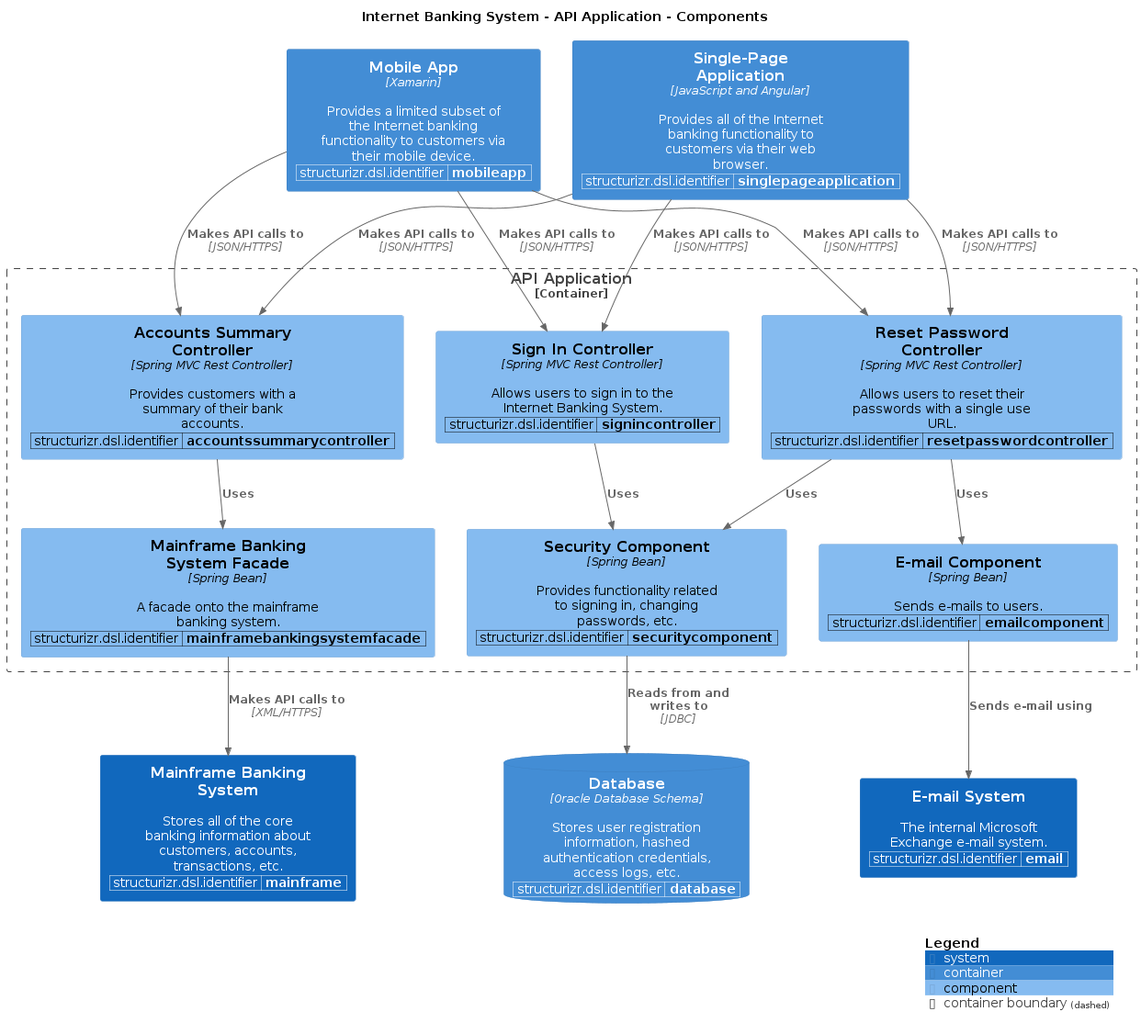
Before: main/png/Components.png, a diagram exported from PlantUML (avisi-cloud/structurizr-site-generatr).
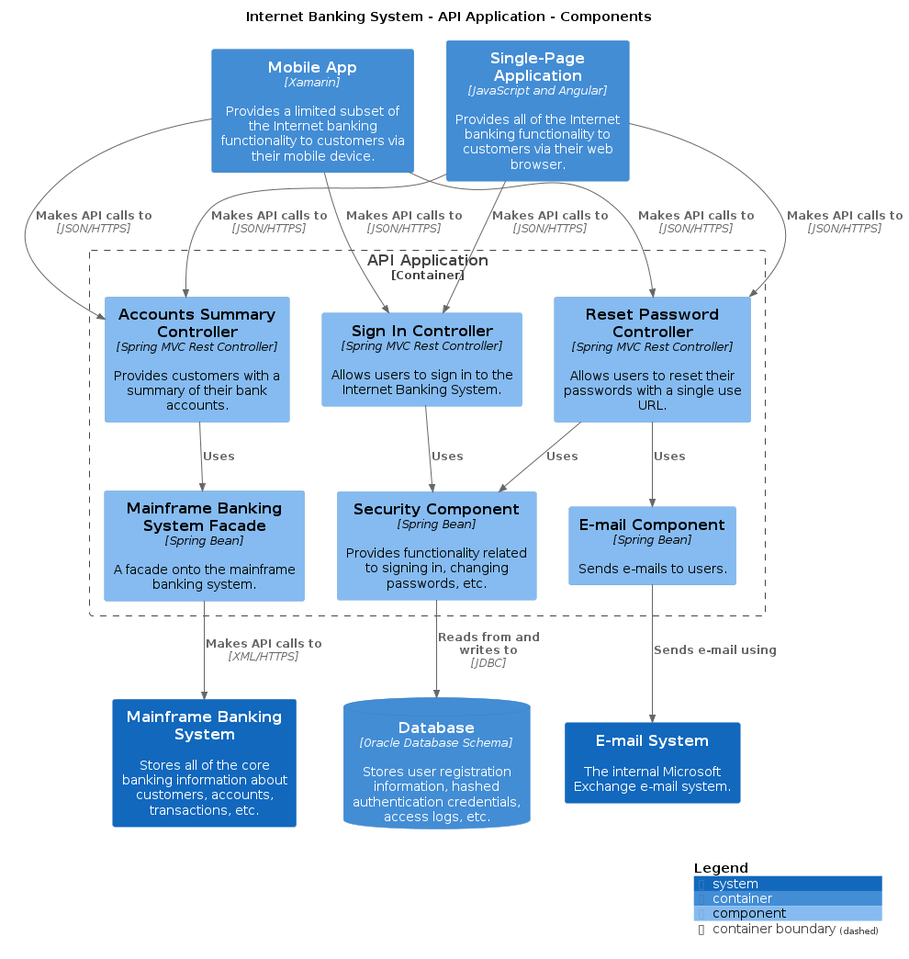
Above is the later version.

What changed in the source:
```diff
@@ -9,40 +9,18 @@
 !include /home/runner/work/structurizr-site-generatr/structurizr-site-generatr/build/puml-cache/C4_Container.puml
 !include /home/runner/work/structurizr-site-generatr/structurizr-site-generatr/build/puml-cache/C4_Component.puml
 
-WithoutPropertyHeader()
-AddProperty("structurizr.dsl.identifier","mainframe")
 System(MainframeBankingSystem, "Mainframe Banking System", "Stores all of the core banking information about customers, accounts, transactions, etc.", $tags="")
-WithoutPropertyHeader()
-AddProperty("structurizr.dsl.identifier","email")
 System(EmailSystem, "E-mail System", "The internal Microsoft Exchange e-mail system.", $tags="")
-WithoutPropertyHeader()
-AddProperty("structurizr.dsl.identifier","database")
 ContainerDb(InternetBankingSystem.Database, "Database", "Oracle Database Schema", "Stores user registration information, hashed authentication credentials, access logs, etc.", $tags="")
-WithoutPropertyHeader()
-AddProperty("structurizr.dsl.identifier","singlepageapplication")
 Container(InternetBankingSystem.SinglePageApplication, "Single-Page Application", "JavaScript and Angular", "Provides all of the Internet banking functionality to customers via their web browser.", $tags="")
-WithoutPropertyHeader()
-AddProperty("structurizr.dsl.identifier","mobileapp")
 Container(InternetBankingSystem.MobileApp, "Mobile App", "Xamarin", "Provides a limited subset of the Internet banking functionality to customers via their mobile device.", $tags="")
 
 Container_Boundary("InternetBankingSystem.APIApplication_boundary", "API Application", $tags="") {
-  WithoutPropertyHeader()
-  AddProperty("structurizr.dsl.identifier","signincontroller")
   Component(InternetBankingSystem.APIApplication.SignInController, "Sign In Controller", "Spring MVC Rest Controller", "Allows users to sign in to the Internet Banking System.", $tags="")
-  WithoutPropertyHeader()
-  AddProperty("structurizr.dsl.identifier","accountssummarycontroller")
   Component(InternetBankingSystem.APIApplication.AccountsSummaryController, "Accounts Summary Controller", "Spring MVC Rest Controller", "Provides customers with a summary of their bank accounts.", $tags="")
-  WithoutPropertyHeader()
-  AddProperty("structurizr.dsl.identifier","resetpasswordcontroller")
   Component(InternetBankingSystem.APIApplication.ResetPasswordController, "Reset Password Controller", "Spring MVC Rest Controller", "Allows users to reset their passwords with a single use URL.", $tags="")
-  WithoutPropertyHeader()
-  AddProperty("structurizr.dsl.identifier","securitycomponent")
   Component(InternetBankingSystem.APIApplication.SecurityComponent, "Security Component", "Spring Bean", "Provides functionality related to signing in, changing passwords, etc.", $tags="")
-  WithoutPropertyHeader()
-  AddProperty("structurizr.dsl.identifier","mainframebankingsystemfacade")
   Component(InternetBankingSystem.APIApplication.MainframeBankingSystemFacade, "Mainframe Banking System Facade", "Spring Bean", "A facade onto the mainframe banking system.", $tags="")
-  WithoutPropertyHeader()
-  AddProperty("structurizr.dsl.identifier","emailcomponent")
   Component(InternetBankingSystem.APIApplication.EmailComponent, "E-mail Component", "Spring Bean", "Sends e-mails to users.", $tags="")
 }
 
```
